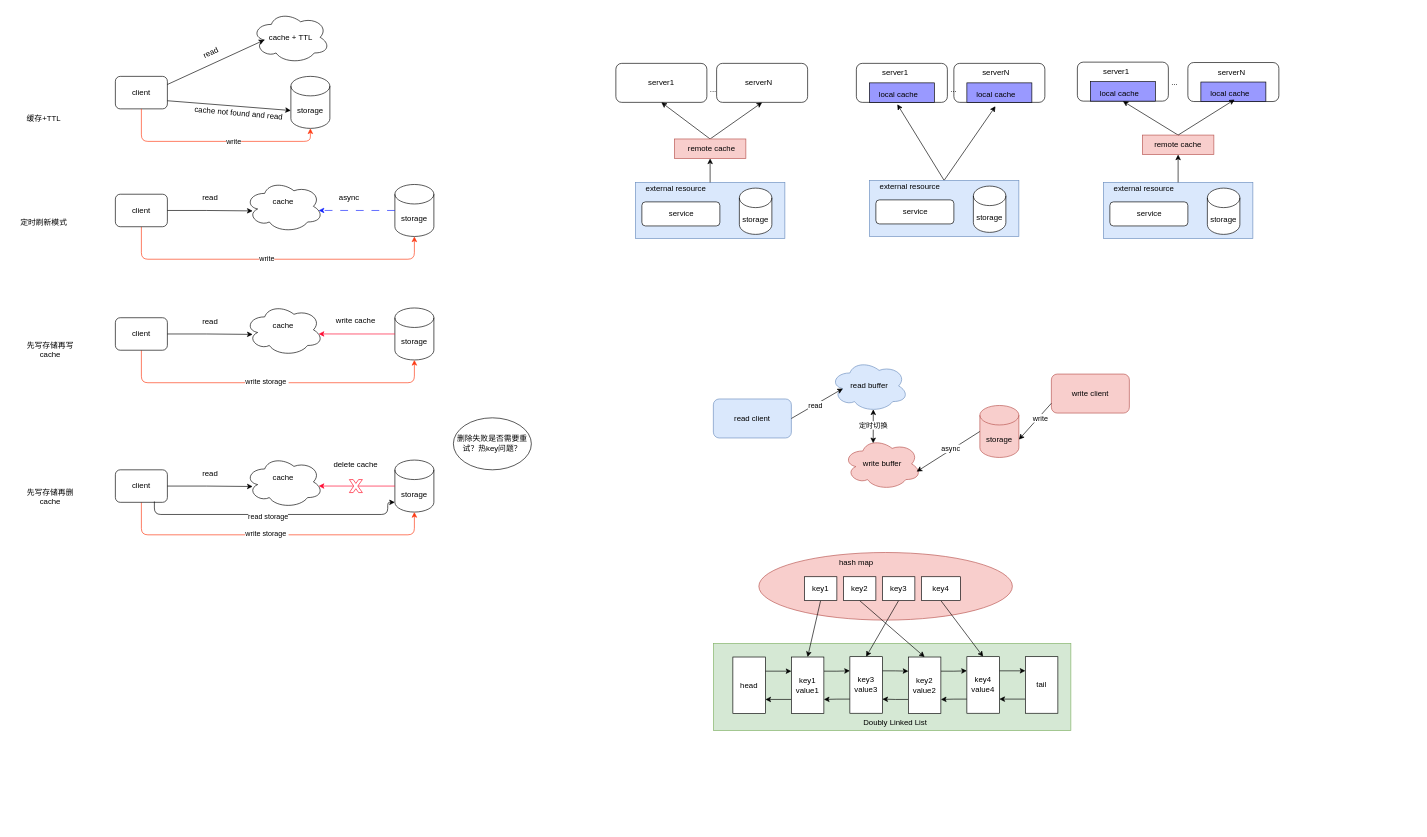
Before: page "cache" (3 of 6) of source/diagrams/tech.drawio in wxquare/wxquare.github.io, a draw.io diagram. Source tidied: cells renumbered, new cells numbered last; positions are measured from the earlier drawing's top-left corner, leaving out a move shared by most shapes. Both pictures are drawn from the tidied source at 65%, with x=0, y=0 at pixel (11, 11).
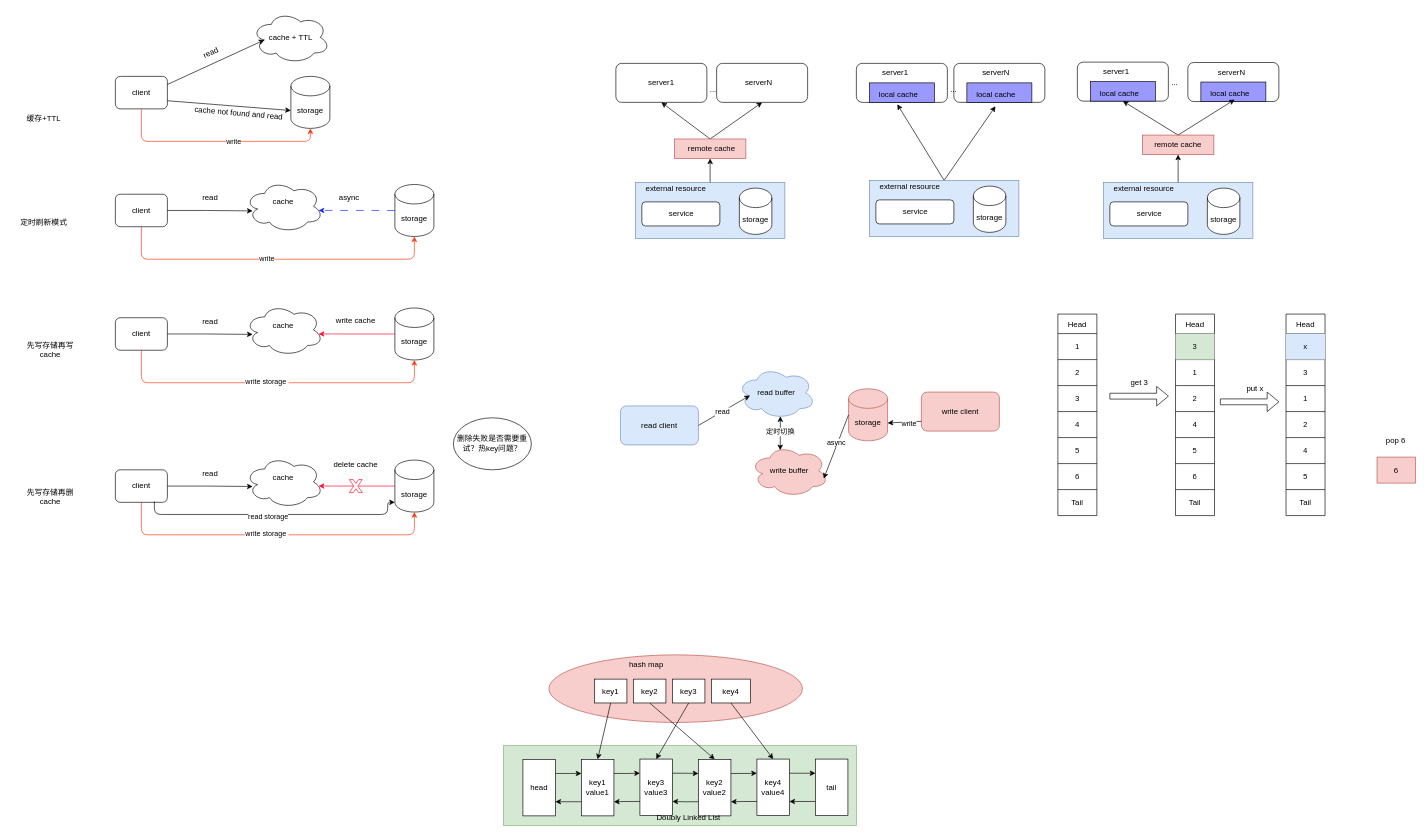
The same page after the edit.

What changed in the source:
```diff
@@
     <mxCell id="3" style="rounded=0;whiteSpace=wrap;html=1;fillColor=#d5e8d4;strokeColor=#82b366;" parent="1" vertex="1">
-      <mxGeometry x="1080" y="972.3" width="550" height="134.3" as="geometry" />
+      <mxGeometry x="757" y="1129.7" width="543" height="123" as="geometry" />
     </mxCell>
     <mxCell id="4" style="ellipse;whiteSpace=wrap;html=1;fillColor=#f8cecc;strokeColor=#b85450;" parent="1" vertex="1">
-      <mxGeometry x="1150" y="832.5" width="390" height="104" as="geometry" />
+      <mxGeometry x="827" y="990" width="390" height="104" as="geometry" />
     </mxCell>
@@
     <mxCell id="49" value="read buffer" style="ellipse;shape=cloud;whiteSpace=wrap;html=1;fillColor=#dae8fc;strokeColor=#6c8ebf;" parent="1" vertex="1">
-      <mxGeometry x="1260" y="536.3" width="120" height="80" as="geometry" />
+      <mxGeometry x="1117" y="547" width="120" height="80" as="geometry" />
     </mxCell>
     <mxCell id="50" value="write buffer" style="ellipse;shape=cloud;whiteSpace=wrap;html=1;fillColor=#f8cecc;strokeColor=#b85450;" parent="1" vertex="1">
-      <mxGeometry x="1280" y="656.3" width="120" height="80" as="geometry" />
+      <mxGeometry x="1137" y="667" width="120" height="80" as="geometry" />
     </mxCell>
     <mxCell id="51" value="read client" style="rounded=1;whiteSpace=wrap;html=1;fillColor=#dae8fc;strokeColor=#6c8ebf;" parent="1" vertex="1">
-      <mxGeometry x="1080" y="596.3" width="120" height="60" as="geometry" />
+      <mxGeometry x="937" y="607" width="120" height="60" as="geometry" />
     </mxCell>
     <mxCell id="52" value="storage" style="shape=cylinder3;whiteSpace=wrap;html=1;boundedLbl=1;backgroundOutline=1;size=15;fillColor=#f8cecc;strokeColor=#b85450;" parent="1" vertex="1">
-      <mxGeometry x="1490" y="606.3" width="60" height="80" as="geometry" />
+      <mxGeometry x="1288" y="580.7" width="60" height="80" as="geometry" />
     </mxCell>
     <mxCell id="53" value="write client" style="rounded=1;whiteSpace=wrap;html=1;fillColor=#f8cecc;strokeColor=#b85450;" parent="1" vertex="1">
-      <mxGeometry x="1600" y="558" width="120" height="60" as="geometry" />
+      <mxGeometry x="1400" y="585.7" width="120" height="60" as="geometry" />
     </mxCell>
@@
     <mxCell id="63" value="key1" style="rounded=0;whiteSpace=wrap;html=1;" parent="1" vertex="1">
-      <mxGeometry x="1220" y="869.8" width="50" height="36.7" as="geometry" />
+      <mxGeometry x="897" y="1027.3" width="50" height="36.7" as="geometry" />
     </mxCell>
@@
     <mxCell id="65" value="key2" style="rounded=0;whiteSpace=wrap;html=1;" parent="1" vertex="1">
-      <mxGeometry x="1280" y="869.8" width="50" height="36.7" as="geometry" />
+      <mxGeometry x="957" y="1027.3" width="50" height="36.7" as="geometry" />
     </mxCell>
@@
     <mxCell id="67" value="key3" style="rounded=0;whiteSpace=wrap;html=1;" parent="1" vertex="1">
-      <mxGeometry x="1340" y="869.8" width="50" height="36.7" as="geometry" />
+      <mxGeometry x="1017" y="1027.3" width="50" height="36.7" as="geometry" />
     </mxCell>
@@
     <mxCell id="69" value="key4" style="rounded=0;whiteSpace=wrap;html=1;" parent="1" vertex="1">
-      <mxGeometry x="1400" y="869.8" width="60" height="36.7" as="geometry" />
+      <mxGeometry x="1077" y="1027.3" width="60" height="36.7" as="geometry" />
     </mxCell>
@@
     <mxCell id="72" value="key1&lt;div&gt;value1&lt;/div&gt;" style="rounded=0;whiteSpace=wrap;html=1;" parent="1" vertex="1">
-      <mxGeometry x="1200" y="993.3" width="50" height="87" as="geometry" />
+      <mxGeometry x="877" y="1150.7" width="50" height="87" as="geometry" />
     </mxCell>
@@
     <mxCell id="75" value="key3&lt;div&gt;value3&lt;/div&gt;" style="rounded=0;whiteSpace=wrap;html=1;" parent="1" vertex="1">
-      <mxGeometry x="1290" y="992.8" width="50" height="87" as="geometry" />
+      <mxGeometry x="967" y="1150.3" width="50" height="87" as="geometry" />
     </mxCell>
@@
     <mxCell id="78" value="key2&lt;div&gt;value2&lt;/div&gt;" style="rounded=0;whiteSpace=wrap;html=1;" parent="1" vertex="1">
-      <mxGeometry x="1380" y="993.3" width="50" height="87" as="geometry" />
+      <mxGeometry x="1057" y="1150.7" width="50" height="87" as="geometry" />
     </mxCell>
@@
     <mxCell id="81" value="key4&lt;div&gt;value4&lt;/div&gt;" style="rounded=0;whiteSpace=wrap;html=1;" parent="1" vertex="1">
-      <mxGeometry x="1470" y="992.8" width="50" height="87" as="geometry" />
+      <mxGeometry x="1147" y="1150.3" width="50" height="87" as="geometry" />
     </mxCell>
@@
     <mxCell id="83" value="head" style="rounded=0;whiteSpace=wrap;html=1;" parent="1" vertex="1">
-      <mxGeometry x="1110" y="993.3" width="50" height="87" as="geometry" />
+      <mxGeometry x="787" y="1150.7" width="50" height="87" as="geometry" />
     </mxCell>
@@
     <mxCell id="85" value="tail" style="rounded=0;whiteSpace=wrap;html=1;" parent="1" vertex="1">
-      <mxGeometry x="1560" y="992.8" width="50" height="87" as="geometry" />
+      <mxGeometry x="1237" y="1150.3" width="50" height="87" as="geometry" />
     </mxCell>
     <mxCell id="86" value="hash map" style="text;html=1;align=center;verticalAlign=middle;whiteSpace=wrap;rounded=0;" parent="1" vertex="1">
-      <mxGeometry x="1270" y="832.5" width="60" height="30" as="geometry" />
+      <mxGeometry x="947" y="990" width="60" height="30" as="geometry" />
     </mxCell>
     <mxCell id="87" value="Doubly Linked List" style="text;html=1;align=center;verticalAlign=middle;whiteSpace=wrap;rounded=0;" parent="1" vertex="1">
-      <mxGeometry x="1290" y="1081.8" width="140" height="24.7" as="geometry" />
+      <mxGeometry x="972" y="1227.7" width="140" height="24.7" as="geometry" />
     </mxCell>
@@
+    <mxCell id="139" value="Head" style="shape=table;startSize=30;childLayout=tableLayout;" parent="1" vertex="1">
+      <mxGeometry x="1791" y="465.7" width="60" height="310" as="geometry" />
+    </mxCell>
+    <mxCell id="140" style="shape=tableRow;horizontal=0;startSize=0;swimlaneHead=0;swimlaneBody=0;strokeColor=inherit;top=0;left=0;bottom=0;right=0;fillColor=none;" parent="139" vertex="1">
+      <mxGeometry y="30" width="60" height="40" as="geometry" />
+    </mxCell>
+    <mxCell id="141" value="3" style="shape=partialRectangle;html=1;whiteSpace=wrap;strokeColor=#82b366;overflow=hidden;fillColor=#d5e8d4;top=0;left=0;bottom=0;right=0;" parent="140" vertex="1">
+      <mxGeometry width="60" height="40" as="geometry" />
+    </mxCell>
+    <mxCell id="142" style="shape=tableRow;horizontal=0;startSize=0;swimlaneHead=0;swimlaneBody=0;strokeColor=inherit;top=0;left=0;bottom=0;right=0;fillColor=none;" parent="139" vertex="1">
+      <mxGeometry y="70" width="60" height="40" as="geometry" />
+    </mxCell>
+    <mxCell id="143" value="1" style="shape=partialRectangle;html=1;whiteSpace=wrap;strokeColor=inherit;overflow=hidden;fillColor=none;top=0;left=0;bottom=0;right=0;" parent="142" vertex="1">
+      <mxGeometry width="60" height="40" as="geometry" />
+    </mxCell>
+    <mxCell id="144" style="shape=tableRow;horizontal=0;startSize=0;swimlaneHead=0;swimlaneBody=0;strokeColor=inherit;top=0;left=0;bottom=0;right=0;fillColor=none;" parent="139" vertex="1">
+      <mxGeometry y="110" width="60" height="40" as="geometry" />
+    </mxCell>
+    <mxCell id="145" value="2" style="shape=partialRectangle;html=1;whiteSpace=wrap;strokeColor=inherit;overflow=hidden;fillColor=none;top=0;left=0;bottom=0;right=0;" parent="144" vertex="1">
+      <mxGeometry width="60" height="40" as="geometry" />
+    </mxCell>
+    <mxCell id="146" style="shape=tableRow;horizontal=0;startSize=0;swimlaneHead=0;swimlaneBody=0;strokeColor=inherit;top=0;left=0;bottom=0;right=0;fillColor=none;" parent="139" vertex="1">
+      <mxGeometry y="150" width="60" height="40" as="geometry" />
+    </mxCell>
+    <mxCell id="147" value="4" style="shape=partialRectangle;html=1;whiteSpace=wrap;strokeColor=inherit;overflow=hidden;fillColor=none;top=0;left=0;bottom=0;right=0;" parent="146" vertex="1">
+      <mxGeometry width="60" height="40" as="geometry" />
+    </mxCell>
+    <mxCell id="148" style="shape=tableRow;horizontal=0;startSize=0;swimlaneHead=0;swimlaneBody=0;strokeColor=inherit;top=0;left=0;bottom=0;right=0;fillColor=none;" parent="139" vertex="1">
+      <mxGeometry y="190" width="60" height="40" as="geometry" />
+    </mxCell>
+    <mxCell id="149" value="5" style="shape=partialRectangle;html=1;whiteSpace=wrap;strokeColor=inherit;overflow=hidden;fillColor=none;top=0;left=0;bottom=0;right=0;" parent="148" vertex="1">
+      <mxGeometry width="60" height="40" as="geometry" />
+    </mxCell>
+    <mxCell id="150" style="shape=tableRow;horizontal=0;startSize=0;swimlaneHead=0;swimlaneBody=0;strokeColor=inherit;top=0;left=0;bottom=0;right=0;fillColor=none;" parent="139" vertex="1">
+      <mxGeometry y="230" width="60" height="40" as="geometry" />
+    </mxCell>
+    <mxCell id="151" value="6" style="shape=partialRectangle;html=1;whiteSpace=wrap;strokeColor=inherit;overflow=hidden;fillColor=none;top=0;left=0;bottom=0;right=0;" parent="150" vertex="1">
+      <mxGeometry width="60" height="40" as="geometry" />
+    </mxCell>
+    <mxCell id="152" style="shape=tableRow;horizontal=0;startSize=0;swimlaneHead=0;swimlaneBody=0;strokeColor=inherit;top=0;left=0;bottom=0;right=0;fillColor=none;" parent="139" vertex="1">
+      <mxGeometry y="270" width="60" height="40" as="geometry" />
+    </mxCell>
+    <mxCell id="153" value="Tail" style="shape=partialRectangle;html=1;whiteSpace=wrap;strokeColor=inherit;overflow=hidden;fillColor=none;top=0;left=0;bottom=0;right=0;" parent="152" vertex="1">
+      <mxGeometry width="60" height="40" as="geometry" />
+    </mxCell>
+    <mxCell id="154" value="Head" style="shape=table;startSize=30;childLayout=tableLayout;" parent="1" vertex="1">
+      <mxGeometry x="1610" y="465.7" width="60" height="310" as="geometry" />
+    </mxCell>
+    <mxCell id="155" style="shape=tableRow;horizontal=0;startSize=0;swimlaneHead=0;swimlaneBody=0;strokeColor=inherit;top=0;left=0;bottom=0;right=0;fillColor=none;" parent="154" vertex="1">
+      <mxGeometry y="30" width="60" height="40" as="geometry" />
+    </mxCell>
+    <mxCell id="156" value="1" style="shape=partialRectangle;html=1;whiteSpace=wrap;strokeColor=inherit;overflow=hidden;fillColor=none;top=0;left=0;bottom=0;right=0;" parent="155" vertex="1">
+      <mxGeometry width="60" height="40" as="geometry" />
+    </mxCell>
+    <mxCell id="157" style="shape=tableRow;horizontal=0;startSize=0;swimlaneHead=0;swimlaneBody=0;strokeColor=inherit;top=0;left=0;bottom=0;right=0;fillColor=none;" parent="154" vertex="1">
+      <mxGeometry y="70" width="60" height="40" as="geometry" />
+    </mxCell>
+    <mxCell id="158" value="2" style="shape=partialRectangle;html=1;whiteSpace=wrap;strokeColor=inherit;overflow=hidden;fillColor=none;top=0;left=0;bottom=0;right=0;" parent="157" vertex="1">
+      <mxGeometry width="60" height="40" as="geometry" />
+    </mxCell>
+    <mxCell id="159" style="shape=tableRow;horizontal=0;startSize=0;swimlaneHead=0;swimlaneBody=0;strokeColor=inherit;top=0;left=0;bottom=0;right=0;fillColor=none;" parent="154" vertex="1">
+      <mxGeometry y="110" width="60" height="40" as="geometry" />
+    </mxCell>
+    <mxCell id="160" value="3" style="shape=partialRectangle;html=1;whiteSpace=wrap;strokeColor=inherit;overflow=hidden;fillColor=none;top=0;left=0;bottom=0;right=0;shadow=1;" parent="159" vertex="1">
+      <mxGeometry width="60" height="40" as="geometry" />
+    </mxCell>
+    <mxCell id="161" style="shape=tableRow;horizontal=0;startSize=0;swimlaneHead=0;swimlaneBody=0;strokeColor=inherit;top=0;left=0;bottom=0;right=0;fillColor=none;" parent="154" vertex="1">
+      <mxGeometry y="150" width="60" height="40" as="geometry" />
+    </mxCell>
+    <mxCell id="162" value="4" style="shape=partialRectangle;html=1;whiteSpace=wrap;strokeColor=inherit;overflow=hidden;fillColor=none;top=0;left=0;bottom=0;right=0;" parent="161" vertex="1">
+      <mxGeometry width="60" height="40" as="geometry" />
+    </mxCell>
+    <mxCell id="163" style="shape=tableRow;horizontal=0;startSize=0;swimlaneHead=0;swimlaneBody=0;strokeColor=inherit;top=0;left=0;bottom=0;right=0;fillColor=none;" parent="154" vertex="1">
+      <mxGeometry y="190" width="60" height="40" as="geometry" />
+    </mxCell>
+    <mxCell id="164" value="5" style="shape=partialRectangle;html=1;whiteSpace=wrap;strokeColor=inherit;overflow=hidden;fillColor=none;top=0;left=0;bottom=0;right=0;" parent="163" vertex="1">
+      <mxGeometry width="60" height="40" as="geometry" />
+    </mxCell>
+    <mxCell id="165" style="shape=tableRow;horizontal=0;startSize=0;swimlaneHead=0;swimlaneBody=0;strokeColor=inherit;top=0;left=0;bottom=0;right=0;fillColor=none;" parent="154" vertex="1">
+      <mxGeometry y="230" width="60" height="40" as="geometry" />
+    </mxCell>
+    <mxCell id="166" value="6" style="shape=partialRectangle;html=1;whiteSpace=wrap;strokeColor=inherit;overflow=hidden;fillColor=none;top=0;left=0;bottom=0;right=0;" parent="165" vertex="1">
+      <mxGeometry width="60" height="40" as="geometry" />
+    </mxCell>
+    <mxCell id="167" style="shape=tableRow;horizontal=0;startSize=0;swimlaneHead=0;swimlaneBody=0;strokeColor=inherit;top=0;left=0;bottom=0;right=0;fillColor=none;" parent="154" vertex="1">
+      <mxGeometry y="270" width="60" height="40" as="geometry" />
+    </mxCell>
+    <mxCell id="168" value="Tail" style="shape=partialRectangle;html=1;whiteSpace=wrap;strokeColor=inherit;overflow=hidden;fillColor=none;top=0;left=0;bottom=0;right=0;" parent="167" vertex="1">
+      <mxGeometry width="60" height="40" as="geometry" />
+    </mxCell>
+    <mxCell id="169" value="Head" style="shape=table;startSize=30;childLayout=tableLayout;" parent="1" vertex="1">
+      <mxGeometry x="1961" y="465.7" width="60" height="310" as="geometry" />
+    </mxCell>
+    <mxCell id="170" style="shape=tableRow;horizontal=0;startSize=0;swimlaneHead=0;swimlaneBody=0;strokeColor=inherit;top=0;left=0;bottom=0;right=0;fillColor=none;" parent="169" vertex="1">
+      <mxGeometry y="30" width="60" height="40" as="geometry" />
+    </mxCell>
+    <mxCell id="171" value="x" style="shape=partialRectangle;html=1;whiteSpace=wrap;strokeColor=#6c8ebf;overflow=hidden;fillColor=#dae8fc;top=0;left=0;bottom=0;right=0;" parent="170" vertex="1">
+      <mxGeometry width="60" height="40" as="geometry" />
+    </mxCell>
+    <mxCell id="172" style="shape=tableRow;horizontal=0;startSize=0;swimlaneHead=0;swimlaneBody=0;strokeColor=inherit;top=0;left=0;bottom=0;right=0;fillColor=none;" parent="169" vertex="1">
+      <mxGeometry y="70" width="60" height="40" as="geometry" />
+    </mxCell>
+    <mxCell id="173" value="3" style="shape=partialRectangle;html=1;whiteSpace=wrap;strokeColor=inherit;overflow=hidden;fillColor=none;top=0;left=0;bottom=0;right=0;" parent="172" vertex="1">
+      <mxGeometry width="60" height="40" as="geometry" />
+    </mxCell>
+    <mxCell id="174" style="shape=tableRow;horizontal=0;startSize=0;swimlaneHead=0;swimlaneBody=0;strokeColor=inherit;top=0;left=0;bottom=0;right=0;fillColor=none;" parent="169" vertex="1">
+      <mxGeometry y="110" width="60" height="40" as="geometry" />
+    </mxCell>
+    <mxCell id="175" value="1" style="shape=partialRectangle;html=1;whiteSpace=wrap;strokeColor=inherit;overflow=hidden;fillColor=none;top=0;left=0;bottom=0;right=0;shadow=1;" parent="174" vertex="1">
+      <mxGeometry width="60" height="40" as="geometry" />
+    </mxCell>
+    <mxCell id="176" style="shape=tableRow;horizontal=0;startSize=0;swimlaneHead=0;swimlaneBody=0;strokeColor=inherit;top=0;left=0;bottom=0;right=0;fillColor=none;" parent="169" vertex="1">
+      <mxGeometry y="150" width="60" height="40" as="geometry" />
+    </mxCell>
+    <mxCell id="177" value="2" style="shape=partialRectangle;html=1;whiteSpace=wrap;strokeColor=inherit;overflow=hidden;fillColor=none;top=0;left=0;bottom=0;right=0;" parent="176" vertex="1">
+      <mxGeometry width="60" height="40" as="geometry" />
+    </mxCell>
+    <mxCell id="178" style="shape=tableRow;horizontal=0;startSize=0;swimlaneHead=0;swimlaneBody=0;strokeColor=inherit;top=0;left=0;bottom=0;right=0;fillColor=none;" parent="169" vertex="1">
+      <mxGeometry y="190" width="60" height="40" as="geometry" />
+    </mxCell>
+    <mxCell id="179" value="4" style="shape=partialRectangle;html=1;whiteSpace=wrap;strokeColor=inherit;overflow=hidden;fillColor=none;top=0;left=0;bottom=0;right=0;" parent="178" vertex="1">
+      <mxGeometry width="60" height="40" as="geometry" />
+    </mxCell>
+    <mxCell id="180" style="shape=tableRow;horizontal=0;startSize=0;swimlaneHead=0;swimlaneBody=0;strokeColor=inherit;top=0;left=0;bottom=0;right=0;fillColor=none;" parent="169" vertex="1">
+      <mxGeometry y="230" width="60" height="40" as="geometry" />
+    </mxCell>
+    <mxCell id="181" value="5" style="shape=partialRectangle;html=1;whiteSpace=wrap;strokeColor=inherit;overflow=hidden;fillColor=none;top=0;left=0;bottom=0;right=0;" parent="180" vertex="1">
+      <mxGeometry width="60" height="40" as="geometry" />
+    </mxCell>
+    <mxCell id="182" style="shape=tableRow;horizontal=0;startSize=0;swimlaneHead=0;swimlaneBody=0;strokeColor=inherit;top=0;left=0;bottom=0;right=0;fillColor=none;" parent="169" vertex="1">
+      <mxGeometry y="270" width="60" height="40" as="geometry" />
+    </mxCell>
+    <mxCell id="183" value="Tail" style="shape=partialRectangle;html=1;whiteSpace=wrap;strokeColor=inherit;overflow=hidden;fillColor=none;top=0;left=0;bottom=0;right=0;" parent="182" vertex="1">
+      <mxGeometry width="60" height="40" as="geometry" />
+    </mxCell>
+    <mxCell id="184" value="6" style="rounded=0;whiteSpace=wrap;html=1;fillColor=#f8cecc;strokeColor=#b85450;" parent="1" vertex="1">
+      <mxGeometry x="2101" y="685.7" width="59" height="40" as="geometry" />
+    </mxCell>
+    <mxCell id="185" style="shape=singleArrow;whiteSpace=wrap;html=1;" parent="1" vertex="1">
+      <mxGeometry x="1690" y="577" width="90" height="30" as="geometry" />
+    </mxCell>
+    <mxCell id="186" value="get 3" style="text;html=1;align=center;verticalAlign=middle;strokeColor=none;fillColor=none;" parent="1" vertex="1">
+      <mxGeometry x="1710" y="555.7" width="50" height="30" as="geometry" />
+    </mxCell>
+    <mxCell id="187" style="shape=singleArrow;whiteSpace=wrap;html=1;" parent="1" vertex="1">
+      <mxGeometry x="1860" y="585.7" width="90" height="30" as="geometry" />
+    </mxCell>
+    <mxCell id="188" value="put x" style="text;html=1;align=center;verticalAlign=middle;strokeColor=none;fillColor=none;" parent="1" vertex="1">
+      <mxGeometry x="1888" y="565.7" width="50" height="30" as="geometry" />
+    </mxCell>
+    <mxCell id="189" value="pop 6" style="text;html=1;strokeColor=none;fillColor=none;align=center;verticalAlign=middle;whiteSpace=wrap;rounded=0;" parent="1" vertex="1">
+      <mxGeometry x="2100" y="645.7" width="60" height="30" as="geometry" />
+    </mxCell>
```
